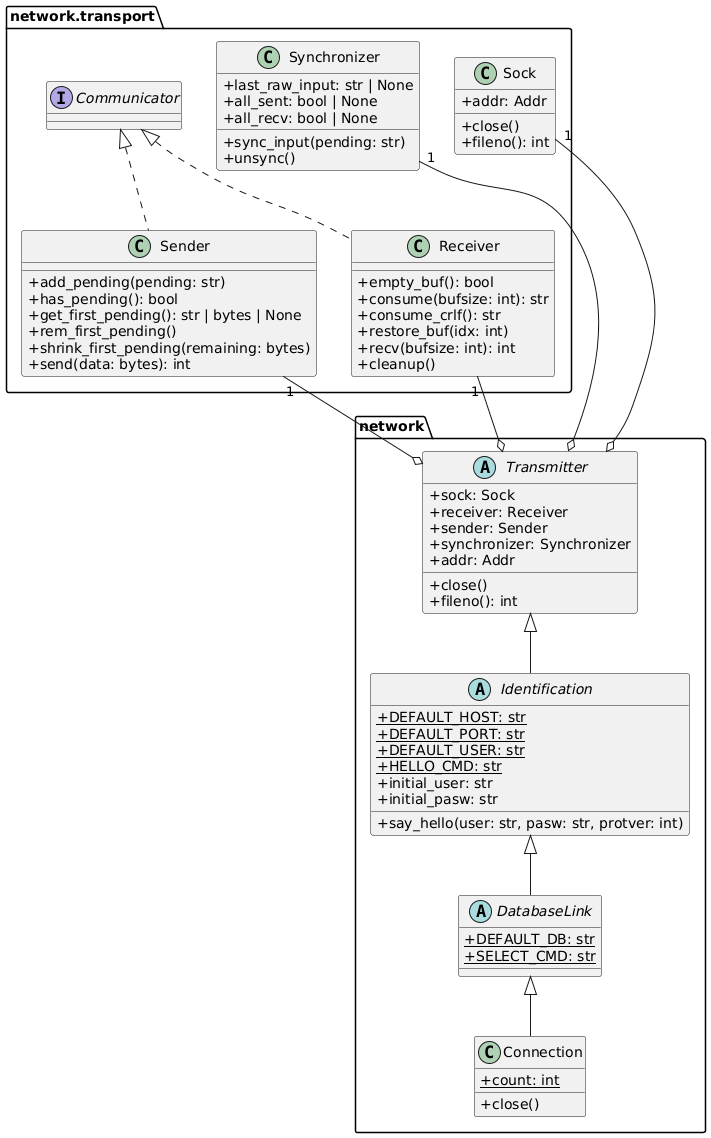
Before: doc/network/RC-application.network.png, a diagram exported from PlantUML (petru-braha/RC-application).
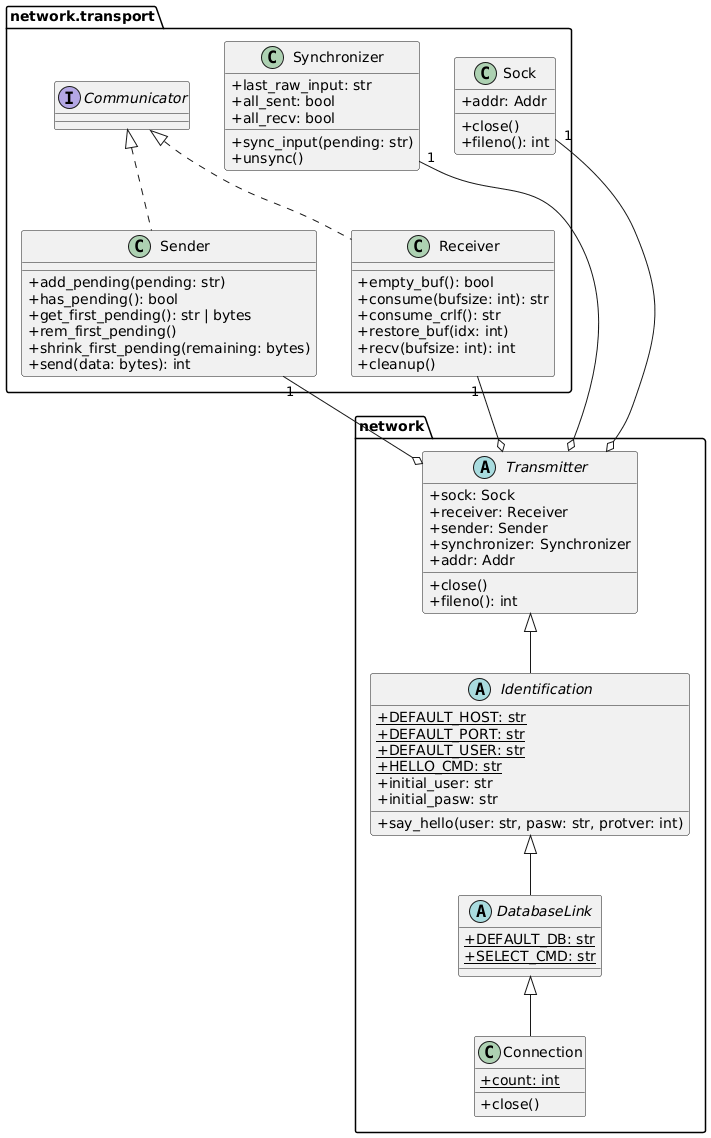
The same file after the commit.

Commit message:
fix: removed None annotations

The edit, as a diff of the source:
```diff
@@ -11,9 +11,9 @@
     }
 
     class Synchronizer {
-        + last_raw_input: str | None
-        + all_sent: bool | None
-        + all_recv: bool | None
+        + last_raw_input: str
+        + all_sent: bool
+        + all_recv: bool
         + sync_input(pending: str)
         + unsync()
     }
@@ -33,7 +33,7 @@
     class Sender {
         + add_pending(pending: str)
         + has_pending(): bool
-        + get_first_pending(): str | bytes | None
+        + get_first_pending(): str | bytes
         + rem_first_pending()
         + shrink_first_pending(remaining: bytes)
         + send(data: bytes): int
```
